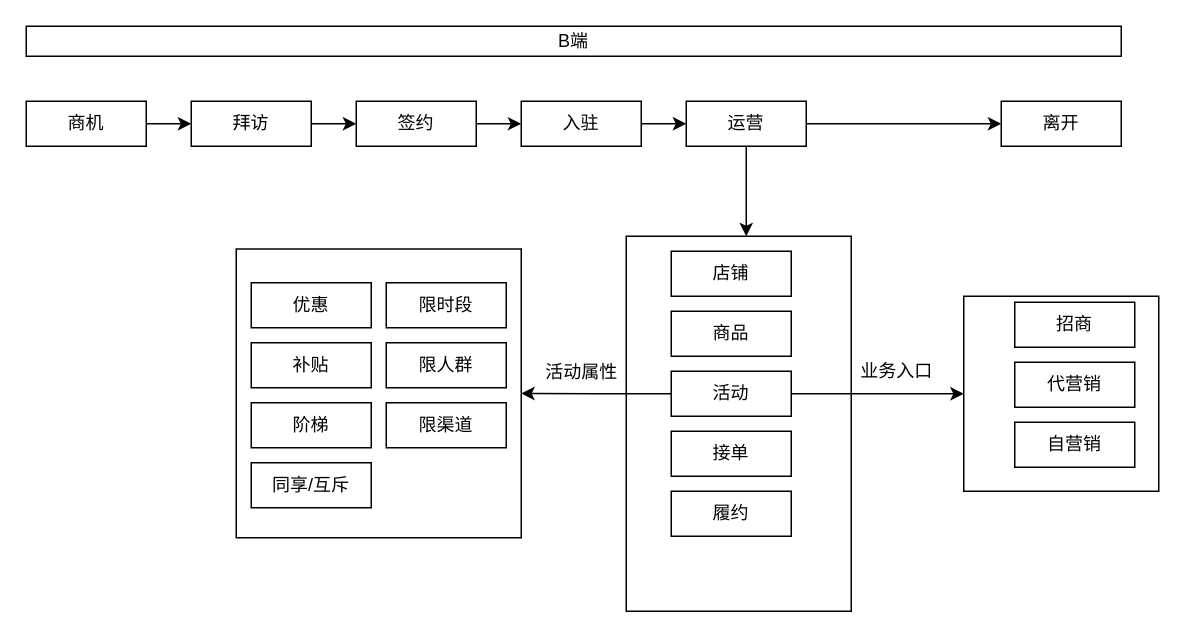
Above: page "外卖平台架构" (4 of 6) of 营销工具架构.drawio in jon-kong/draw.io (draw.io), before the change. Source tidied: cells renumbered, new cells numbered last; positions are measured from the earlier drawing's top-left corner, leaving out a move shared by most shapes. Both pictures are drawn from the tidied source at 150%, with x=0, y=0 at pixel (26, 26).
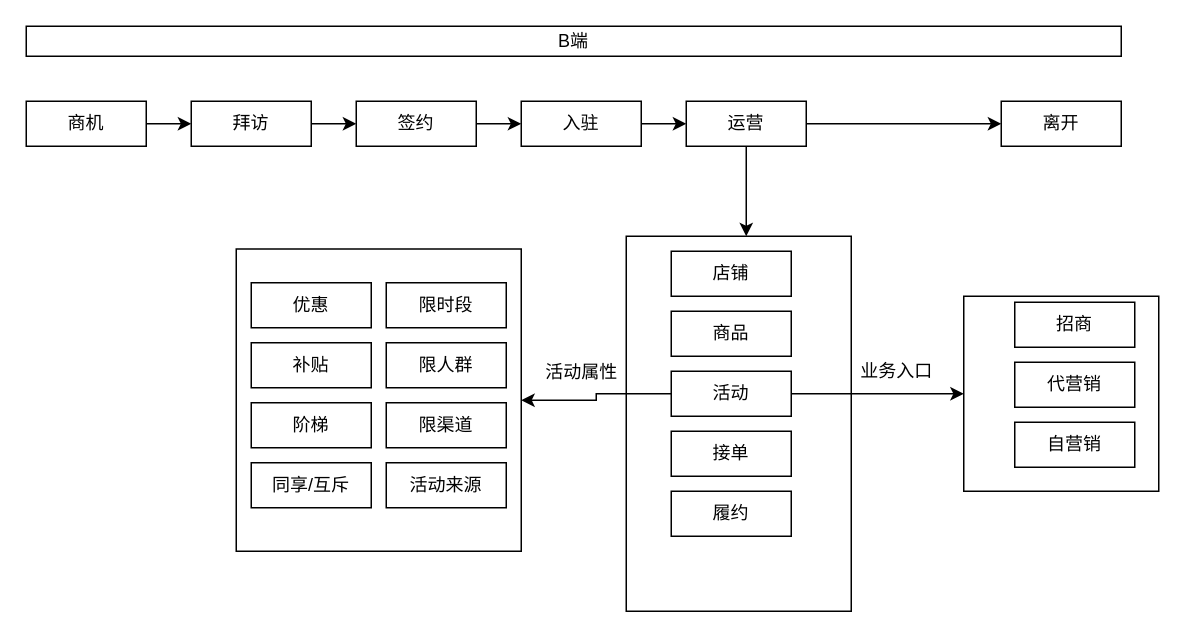
Above is the later version.

Commit message:
Update 营销工具架构.drawio

The edit, as a diff of the source:
```diff
@@
     <mxCell id="29" style="rounded=0;whiteSpace=wrap;html=1;strokeColor=#000000;strokeWidth=1;fillColor=none;fontColor=#000000;" parent="1" vertex="1">
-      <mxGeometry x="140" y="148.5" width="190" height="192.5" as="geometry" />
+      <mxGeometry x="140" y="148.5" width="190" height="201.5" as="geometry" />
     </mxCell>
@@
+    <mxCell id="38" value="活动来源" style="rounded=0;whiteSpace=wrap;html=1;strokeColor=#000000;strokeWidth=1;fillColor=none;fontColor=#000000;" parent="1" vertex="1">
+      <mxGeometry x="240" y="291" width="80" height="30" as="geometry" />
+    </mxCell>
```
